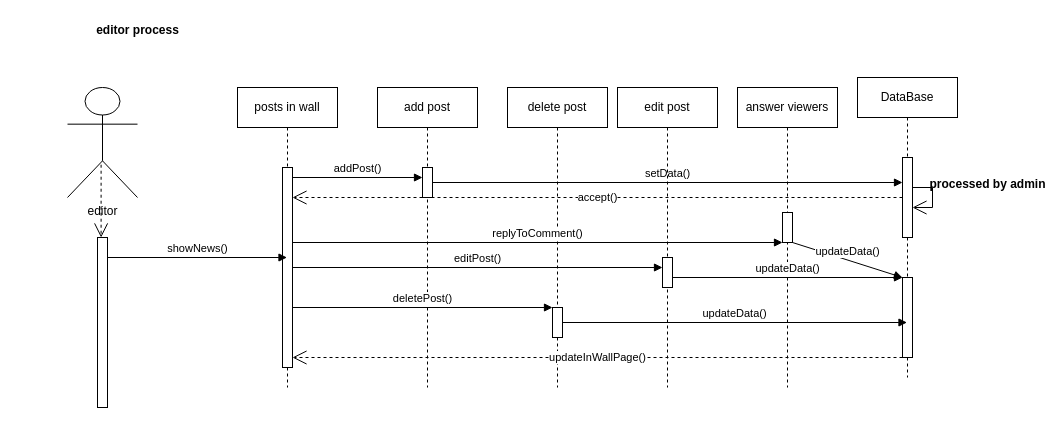
Above: assets/diagrams/EditorProcess_sequence.drawio in Rowan-Hamed/Press-Agency-System (draw.io), before the change. Source tidied: cells renumbered, new cells numbered last; positions are measured from the earlier drawing's top-left corner, leaving out a move shared by most shapes. Both pictures are drawn from the tidied source at 100%, with x=0, y=0 at pixel (67, 17).
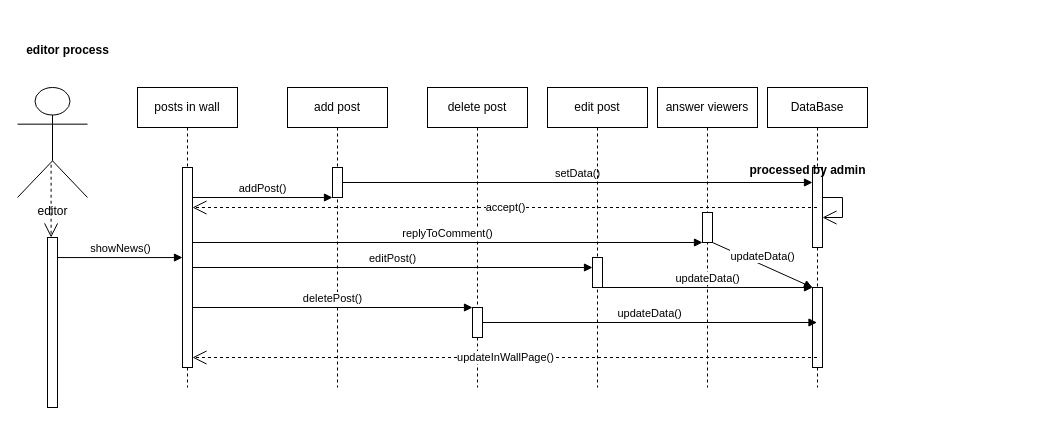
The same page after the edit.

Unchanged cells that the change refers to:
```xml
<mxCell id="3" style="html=1;points=[];perimeter=orthogonalPerimeter;outlineConnect=0;targetShapes=umlLifeline;portConstraint=eastwest;newEdgeStyle={&quot;edgeStyle&quot;:&quot;elbowEdgeStyle&quot;,&quot;elbow&quot;:&quot;vertical&quot;,&quot;curved&quot;:0,&quot;rounded&quot;:0};" parent="2" vertex="1">
  <mxGeometry x="45" y="80" width="10" height="200" as="geometry" />
</mxCell>
<mxCell id="9" style="html=1;points=[];perimeter=orthogonalPerimeter;outlineConnect=0;targetShapes=umlLifeline;portConstraint=eastwest;newEdgeStyle={&quot;edgeStyle&quot;:&quot;elbowEdgeStyle&quot;,&quot;elbow&quot;:&quot;vertical&quot;,&quot;curved&quot;:0,&quot;rounded&quot;:0};" parent="8" vertex="1">
  <mxGeometry x="45" y="80" width="10" height="80" as="geometry" />
</mxCell>
<mxCell id="11" style="html=1;points=[];perimeter=orthogonalPerimeter;outlineConnect=0;targetShapes=umlLifeline;portConstraint=eastwest;newEdgeStyle={&quot;edgeStyle&quot;:&quot;elbowEdgeStyle&quot;,&quot;elbow&quot;:&quot;vertical&quot;,&quot;curved&quot;:0,&quot;rounded&quot;:0};" parent="8" vertex="1">
  <mxGeometry x="45" y="200" width="10" height="80" as="geometry" />
</mxCell>
<mxCell id="14" style="html=1;points=[];perimeter=orthogonalPerimeter;outlineConnect=0;targetShapes=umlLifeline;portConstraint=eastwest;newEdgeStyle={&quot;edgeStyle&quot;:&quot;elbowEdgeStyle&quot;,&quot;elbow&quot;:&quot;vertical&quot;,&quot;curved&quot;:0,&quot;rounded&quot;:0};" parent="13" vertex="1">
  <mxGeometry x="45" y="80" width="10" height="30" as="geometry" />
</mxCell>
```

The edit, as a diff of the source:
```diff
@@
     <mxCell id="2" value="posts in wall" style="shape=umlLifeline;perimeter=lifelinePerimeter;whiteSpace=wrap;html=1;newEdgeStyle={&quot;edgeStyle&quot;:&quot;elbowEdgeStyle&quot;,&quot;elbow&quot;:&quot;vertical&quot;,&quot;curved&quot;:0,&quot;rounded&quot;:0};" parent="1" vertex="1">
-      <mxGeometry x="170" y="70" width="100" height="300" as="geometry" />
+      <mxGeometry x="70" y="70" width="100" height="300" as="geometry" />
     </mxCell>
@@
     <mxCell id="4" value="editor" style="shape=umlActor;verticalLabelPosition=bottom;verticalAlign=top;html=1;" parent="1" vertex="1">
-      <mxGeometry y="70" width="70" height="110" as="geometry" />
+      <mxGeometry x="-50" y="70" width="70" height="110" as="geometry" />
     </mxCell>
     <mxCell id="5" style="html=1;points=[];perimeter=orthogonalPerimeter;outlineConnect=0;targetShapes=umlLifeline;portConstraint=eastwest;newEdgeStyle={&quot;edgeStyle&quot;:&quot;elbowEdgeStyle&quot;,&quot;elbow&quot;:&quot;vertical&quot;,&quot;curved&quot;:0,&quot;rounded&quot;:0};" parent="1" vertex="1">
-      <mxGeometry x="30" y="220" width="10" height="170" as="geometry" />
+      <mxGeometry x="-20" y="220" width="10" height="170" as="geometry" />
     </mxCell>
@@
     <mxCell id="8" value="DataBase" style="shape=umlLifeline;perimeter=lifelinePerimeter;whiteSpace=wrap;html=1;outlineConnect=0;portConstraint=eastwest;newEdgeStyle={&quot;edgeStyle&quot;:&quot;elbowEdgeStyle&quot;,&quot;elbow&quot;:&quot;vertical&quot;,&quot;curved&quot;:0,&quot;rounded&quot;:0};" parent="1" vertex="1">
-      <mxGeometry x="790" y="60" width="100" height="300" as="geometry" />
+      <mxGeometry x="700" y="70" width="100" height="300" as="geometry" />
     </mxCell>
@@
-    <mxCell id="12" value="showNews()" style="html=1;verticalAlign=bottom;endArrow=block;curved=0;rounded=0;" parent="1" edge="1">
-      <mxGeometry relative="1" as="geometry">
-        <mxPoint x="40" y="240" as="sourcePoint" />
-        <mxPoint x="219.5" y="240" as="targetPoint" />
-      </mxGeometry>
+    <mxCell id="12" value="showNews()" style="html=1;verticalAlign=bottom;endArrow=block;curved=0;rounded=0;exitX=1;exitY=0.118;exitDx=0;exitDy=0;exitPerimeter=0;" parent="1" edge="1" source="5" target="3">
+      <mxGeometry relative="1" as="geometry" />
     </mxCell>
     <mxCell id="13" value="add post" style="shape=umlLifeline;perimeter=lifelinePerimeter;whiteSpace=wrap;html=1;newEdgeStyle={&quot;edgeStyle&quot;:&quot;elbowEdgeStyle&quot;,&quot;elbow&quot;:&quot;vertical&quot;,&quot;curved&quot;:0,&quot;rounded&quot;:0};" parent="1" vertex="1">
-      <mxGeometry x="310" y="70" width="100" height="300" as="geometry" />
+      <mxGeometry x="220" y="70" width="100" height="300" as="geometry" />
     </mxCell>
@@
-    <mxCell id="15" value="addPost()" style="html=1;verticalAlign=bottom;endArrow=block;curved=0;rounded=0;" parent="1" edge="1" target="14">
-      <mxGeometry relative="1" as="geometry">
-        <mxPoint x="225" y="160" as="sourcePoint" />
-      </mxGeometry>
+    <mxCell id="15" value="addPost()" style="html=1;verticalAlign=bottom;endArrow=block;curved=0;rounded=0;" parent="1" edge="1" source="3" target="14">
+      <mxGeometry relative="1" as="geometry" />
     </mxCell>
@@
     <mxCell id="17" value="processed by admin" style="text;align=center;fontStyle=1;verticalAlign=middle;spacingLeft=3;spacingRight=3;strokeColor=none;html=1;" parent="1" vertex="1">
-      <mxGeometry x="880" y="154" width="80" height="26" as="geometry" />
+      <mxGeometry x="700" y="140" width="80" height="26" as="geometry" />
     </mxCell>
-    <mxCell id="18" value="accept()" style="endArrow=open;endSize=12;dashed=1;html=1;rounded=0;" parent="1" edge="1" source="9" target="3">
-      <mxGeometry relative="1" as="geometry" />
+    <mxCell id="18" value="accept()" style="endArrow=open;endSize=12;dashed=1;html=1;rounded=0;" parent="1" edge="1" source="8">
+      <mxGeometry relative="1" as="geometry">
+        <mxPoint x="125" y="190" as="targetPoint" />
+      </mxGeometry>
     </mxCell>
     <mxCell id="19" value="delete post" style="shape=umlLifeline;perimeter=lifelinePerimeter;whiteSpace=wrap;html=1;newEdgeStyle={&quot;edgeStyle&quot;:&quot;elbowEdgeStyle&quot;,&quot;elbow&quot;:&quot;vertical&quot;,&quot;curved&quot;:0,&quot;rounded&quot;:0};" parent="1" vertex="1">
-      <mxGeometry x="440" y="70" width="100" height="300" as="geometry" />
+      <mxGeometry x="360" y="70" width="100" height="300" as="geometry" />
     </mxCell>
@@
     <mxCell id="22" value="edit post" style="shape=umlLifeline;perimeter=lifelinePerimeter;whiteSpace=wrap;html=1;newEdgeStyle={&quot;edgeStyle&quot;:&quot;elbowEdgeStyle&quot;,&quot;elbow&quot;:&quot;vertical&quot;,&quot;curved&quot;:0,&quot;rounded&quot;:0};" parent="1" vertex="1">
-      <mxGeometry x="550" y="70" width="100" height="300" as="geometry" />
+      <mxGeometry x="480" y="70" width="100" height="300" as="geometry" />
     </mxCell>
@@
-    <mxCell id="26" value="updateInWallPage()" style="endArrow=open;endSize=12;dashed=1;html=1;rounded=0;" parent="1" edge="1" source="11">
+    <mxCell id="26" value="updateInWallPage()" style="endArrow=open;endSize=12;dashed=1;html=1;rounded=0;" parent="1" edge="1" source="8">
       <mxGeometry relative="1" as="geometry">
-        <mxPoint x="225" y="340" as="targetPoint" />
+        <mxPoint x="125" y="340" as="targetPoint" />
       </mxGeometry>
     </mxCell>
     <mxCell id="27" value="answer viewers" style="shape=umlLifeline;perimeter=lifelinePerimeter;whiteSpace=wrap;html=1;newEdgeStyle={&quot;edgeStyle&quot;:&quot;elbowEdgeStyle&quot;,&quot;elbow&quot;:&quot;vertical&quot;,&quot;curved&quot;:0,&quot;rounded&quot;:0};" parent="1" vertex="1">
-      <mxGeometry x="670" y="70" width="100" height="300" as="geometry" />
+      <mxGeometry x="590" y="70" width="100" height="300" as="geometry" />
     </mxCell>
@@
     <mxCell id="32" value="editor process" style="text;align=center;fontStyle=1;verticalAlign=middle;spacingLeft=3;spacingRight=3;strokeColor=none;html=1;" parent="1" vertex="1">
-      <mxGeometry x="30" width="80" height="26" as="geometry" />
+      <mxGeometry x="-40" y="20" width="80" height="26" as="geometry" />
     </mxCell>
```
